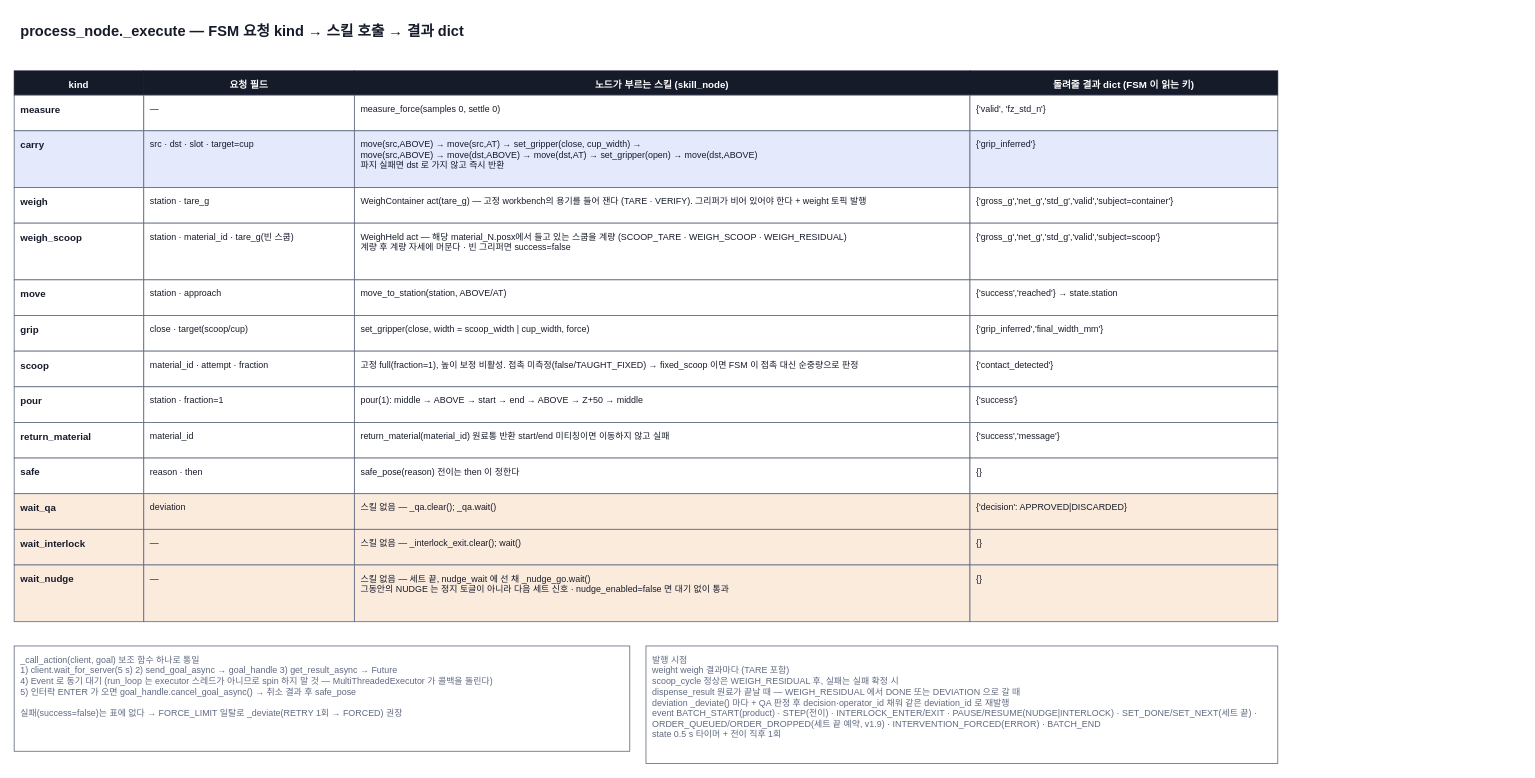
Before: page "3 요청↔스킬 번역 (_execute)" (3 of 4) of docs/diagrams/process_flow.drawio in Jik-Kim/auto-pharmacist, a draw.io diagram. Source tidied: cells renumbered, new cells numbered last; positions are measured from the earlier drawing's top-left corner, leaving out a move shared by most shapes. Both pictures are drawn from the tidied source at 81%, with x=0, y=0 at pixel (14, 14).
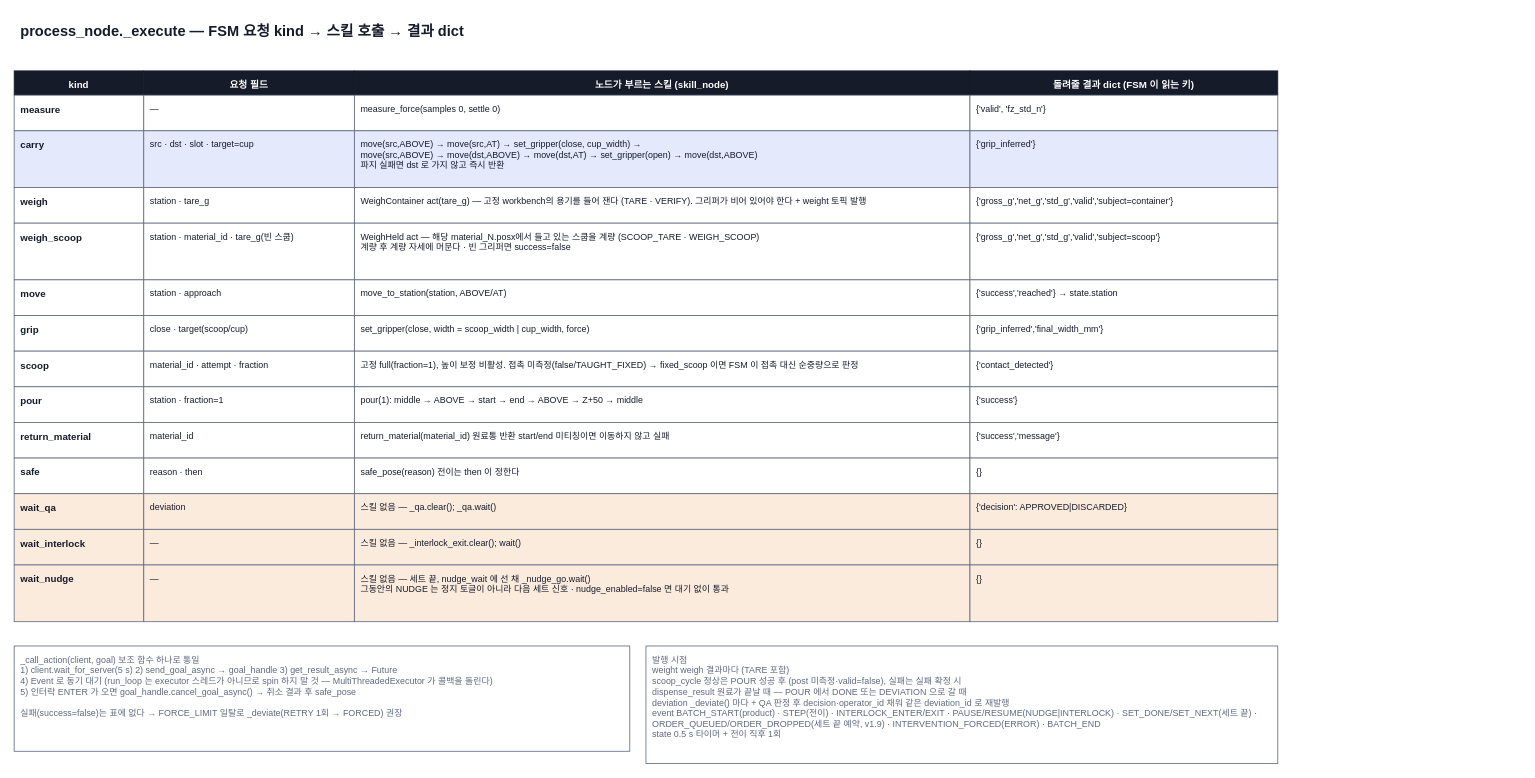
The same page after the edit.

The edit, as a diff of the source:
```diff
@@
-    <mxCell id="21" value="WeighHeld act — 해당 material_N.posx에서 들고 있는 스쿱을 계량 (SCOOP_TARE · WEIGH_SCOOP · WEIGH_RESIDUAL)&lt;br&gt;계량 후 계량 자세에 머문다 · 빈 그리퍼면 success=false" style="rounded=0;whiteSpace=wrap;html=1;fillColor=#FFFFFF;strokeColor=#5F6980;fontColor=#161B2A;fontSize=11;align=left;verticalAlign=top;spacingTop=4;spacingLeft=6;spacingRight=6;" parent="1" vertex="1">
+    <mxCell id="21" value="WeighHeld act — 해당 material_N.posx에서 들고 있는 스쿱을 계량 (SCOOP_TARE · WEIGH_SCOOP)&lt;br&gt;계량 후 계량 자세에 머문다 · 빈 그리퍼면 success=false" style="rounded=0;whiteSpace=wrap;html=1;fillColor=#FFFFFF;strokeColor=#5F6980;fontColor=#161B2A;fontSize=11;align=left;verticalAlign=top;spacingTop=4;spacingLeft=6;spacingRight=6;" parent="1" vertex="1">
       <mxGeometry x="420" y="258" width="760" height="70" as="geometry" />
     </mxCell>
@@
-    <mxCell id="60" value="발행 시점&lt;br&gt;  weight            weigh 결과마다 (TARE 포함)&lt;br&gt;  scoop_cycle       정상은 WEIGH_RESIDUAL 후, 실패는 실패 확정 시&lt;br&gt;  dispense_result   원료가 끝날 때 — WEIGH_RESIDUAL 에서 DONE 또는 DEVIATION 으로 갈 때&lt;br&gt;  deviation         _deviate() 마다 + QA 판정 후 decision·operator_id 채워 같은 deviation_id 로 재발행&lt;br&gt;  event             BATCH_START(product) · STEP(전이) · INTERLOCK_ENTER/EXIT · PAUSE/RESUME(NUDGE|INTERLOCK) · SET_DONE/SET_NEXT(세트 끝) · ORDER_QUEUED/ORDER_DROPPED(세트 끝 예약, v1.9) · INTERVENTION_FORCED(ERROR) · BATCH_END&lt;br&gt;  state             0.5 s 타이머 + 전이 직후 1회" style="rounded=0;whiteSpace=wrap;html=1;fillColor=#FFFFFF;strokeColor=#5F6980;fontColor=#5F6980;fontSize=11;align=left;verticalAlign=top;spacingTop=4;spacingLeft=6;spacingRight=6;" parent="1" vertex="1">
+    <mxCell id="60" value="발행 시점&lt;br&gt;  weight            weigh 결과마다 (TARE 포함)&lt;br&gt;  scoop_cycle       정상은 POUR 성공 후 (post 미측정·valid=false), 실패는 실패 확정 시&lt;br&gt;  dispense_result   원료가 끝날 때 — POUR 에서 DONE 또는 DEVIATION 으로 갈 때&lt;br&gt;  deviation         _deviate() 마다 + QA 판정 후 decision·operator_id 채워 같은 deviation_id 로 재발행&lt;br&gt;  event             BATCH_START(product) · STEP(전이) · INTERLOCK_ENTER/EXIT · PAUSE/RESUME(NUDGE|INTERLOCK) · SET_DONE/SET_NEXT(세트 끝) · ORDER_QUEUED/ORDER_DROPPED(세트 끝 예약, v1.9) · INTERVENTION_FORCED(ERROR) · BATCH_END&lt;br&gt;  state             0.5 s 타이머 + 전이 직후 1회" style="rounded=0;whiteSpace=wrap;html=1;fillColor=#FFFFFF;strokeColor=#5F6980;fontColor=#5F6980;fontSize=11;align=left;verticalAlign=top;spacingTop=4;spacingLeft=6;spacingRight=6;" parent="1" vertex="1">
       <mxGeometry x="780" y="780" width="780" height="145" as="geometry" />
     </mxCell>
```
